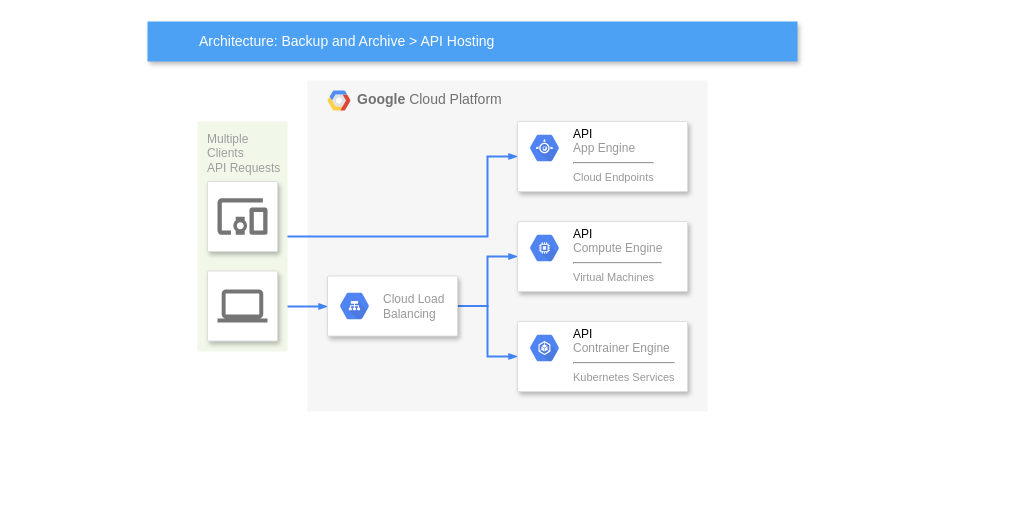
This is Diagramme sans nom.drawio from raouajaraib/Projet, a draw.io file, before an edit. Source tidied: cells renumbered, new cells numbered last; positions are measured from the earlier drawing's top-left corner, leaving out a move shared by most shapes. Both pictures are drawn from the tidied source at 100%, with x=0, y=0 at pixel (147, 21). Pictures stored in the file or linked from it are replaced by grey dashed boxes.
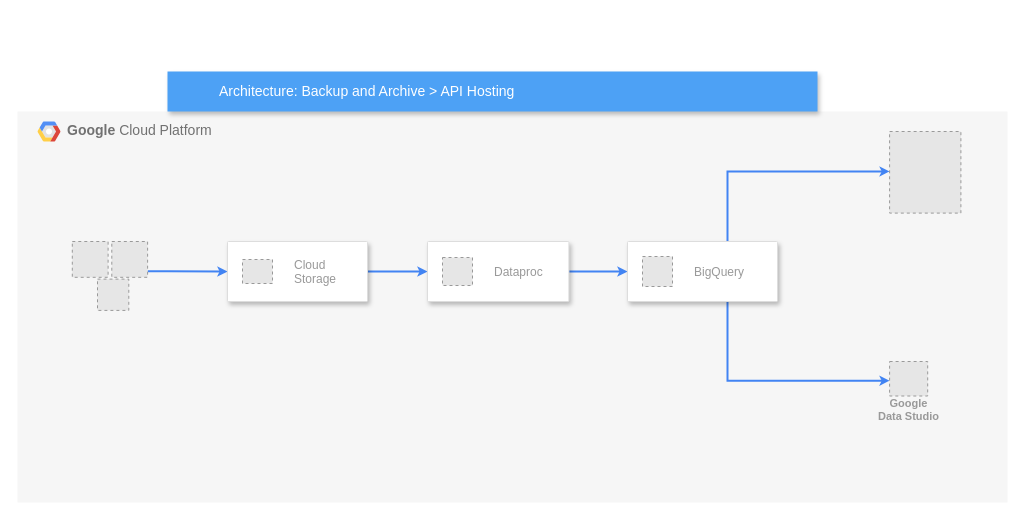
After the change.

Commit message:
Mettre à jour Diagramme sans nom.drawio

Diff of the diagram source:
```diff
@@
     <mxCell id="2" value="&lt;b&gt;Google &lt;/b&gt;Cloud Platform" style="fillColor=#F6F6F6;strokeColor=none;shadow=0;gradientColor=none;fontSize=14;align=left;spacing=10;fontColor=#717171;9E9E9E;verticalAlign=top;spacingTop=-4;fontStyle=0;spacingLeft=40;html=1;" parent="1" vertex="1">
-      <mxGeometry x="160" y="59" width="400" height="331" as="geometry" />
+      <mxGeometry x="-130" y="90" width="990" height="391" as="geometry" />
     </mxCell>
@@
-    <mxCell id="4" value="Multiple&lt;br&gt;Clients&lt;br&gt;API Requests&lt;br&gt;" style="rounded=1;absoluteArcSize=1;arcSize=2;html=1;strokeColor=none;gradientColor=none;shadow=0;dashed=0;fontSize=12;fontColor=#9E9E9E;align=left;verticalAlign=top;spacing=10;spacingTop=-4;fillColor=#F1F8E9;" parent="1" vertex="1">
-      <mxGeometry x="50" y="100" width="90" height="230" as="geometry" />
-    </mxCell>
+    <mxCell id="22" style="fillColor=#E6E6E6;strokeColor=#999999;dashed=1;html=1;verticalAlign=top;verticalLabelPosition=bottom;labelBackgroundColor=#ffffff;" parent="2" vertex="1">
+      <mxGeometry x="80" y="167.6" width="31.3" height="31.3" as="geometry" />
+    </mxCell>
+    <mxCell id="23" style="edgeStyle=orthogonalEdgeStyle;rounded=0;jettySize=auto;html=1;entryX=0;entryY=0.5;entryDx=0;entryDy=0;strokeColor=#4284F3;strokeWidth=2;endArrow=classic;endFill=1;startSize=4;endSize=4;" parent="2" edge="1" source="24" target="27">
+      <mxGeometry relative="1" as="geometry">
+        <Array as="points">
+          <mxPoint x="150" y="159.8" />
+          <mxPoint x="150" y="159.8" />
+        </Array>
+      </mxGeometry>
+    </mxCell>
+    <mxCell id="24" style="fillColor=#E6E6E6;strokeColor=#999999;dashed=1;html=1;verticalAlign=top;verticalLabelPosition=bottom;labelBackgroundColor=#ffffff;" parent="2" vertex="1">
+      <mxGeometry x="94.3" y="130" width="35.8" height="35.8" as="geometry" />
+    </mxCell>
+    <mxCell id="25" style="fillColor=#E6E6E6;strokeColor=#999999;dashed=1;html=1;verticalAlign=top;verticalLabelPosition=bottom;labelBackgroundColor=#ffffff;" parent="2" vertex="1">
+      <mxGeometry x="54.8" y="130" width="35.8" height="35.8" as="geometry" />
+    </mxCell>
+    <mxCell id="26" style="edgeStyle=orthogonalEdgeStyle;rounded=0;jettySize=auto;html=1;strokeColor=#4284F3;strokeWidth=2;endArrow=classic;endFill=1;startSize=4;endSize=4;" parent="2" edge="1" source="27" target="30">
+      <mxGeometry relative="1" as="geometry" />
+    </mxCell>
+    <mxCell id="27" style="strokeColor=#dddddd;shadow=1;strokeWidth=1;rounded=1;absoluteArcSize=1;arcSize=2;" parent="2" vertex="1">
+      <mxGeometry x="210" y="130" width="140" height="60" as="geometry" />
+    </mxCell>
+    <mxCell id="28" value="Cloud&#10;Storage" style="fillColor=#E6E6E6;strokeColor=#999999;dashed=1;fontColor=#999999;verticalLabelPosition=middle;labelBackgroundColor=#ffffff;verticalAlign=middle;labelPosition=right;align=left;spacingLeft=20;" parent="27" vertex="1">
+      <mxGeometry width="30" height="24" relative="1" as="geometry">
+        <mxPoint x="15" y="18" as="offset" />
+      </mxGeometry>
+    </mxCell>
+    <mxCell id="29" style="edgeStyle=orthogonalEdgeStyle;rounded=0;jettySize=auto;html=1;strokeColor=#4284F3;strokeWidth=2;endArrow=classic;endFill=1;startSize=4;endSize=4;" parent="2" edge="1" source="30" target="34">
+      <mxGeometry relative="1" as="geometry" />
+    </mxCell>
+    <mxCell id="30" style="strokeColor=#dddddd;shadow=1;strokeWidth=1;rounded=1;absoluteArcSize=1;arcSize=2;" parent="2" vertex="1">
+      <mxGeometry x="410" y="130" width="141.4" height="60" as="geometry" />
+    </mxCell>
+    <mxCell id="31" value="Dataproc" style="fillColor=#E6E6E6;strokeColor=#999999;dashed=1;fontColor=#999999;verticalLabelPosition=middle;labelBackgroundColor=#ffffff;verticalAlign=middle;labelPosition=right;align=left;spacingLeft=20;" parent="30" vertex="1">
+      <mxGeometry width="30" height="28" relative="1" as="geometry">
+        <mxPoint x="15" y="16" as="offset" />
+      </mxGeometry>
+    </mxCell>
+    <mxCell id="32" style="edgeStyle=orthogonalEdgeStyle;rounded=0;jettySize=auto;html=1;strokeColor=#4284F3;strokeWidth=2;startSize=4;endSize=4;" parent="2" edge="1" source="34" target="37">
+      <mxGeometry relative="1" as="geometry">
+        <Array as="points">
+          <mxPoint x="710" y="59.9" />
+        </Array>
+      </mxGeometry>
+    </mxCell>
+    <mxCell id="33" style="edgeStyle=orthogonalEdgeStyle;rounded=0;jettySize=auto;html=1;strokeColor=#4284F3;strokeWidth=2;startSize=4;endSize=4;" parent="2" edge="1" source="34" target="36">
+      <mxGeometry relative="1" as="geometry">
+        <Array as="points">
+          <mxPoint x="710" y="269.2" />
+        </Array>
+      </mxGeometry>
+    </mxCell>
+    <mxCell id="34" style="strokeColor=#dddddd;shadow=1;strokeWidth=1;rounded=1;absoluteArcSize=1;arcSize=2;" parent="2" vertex="1">
+      <mxGeometry x="610" y="130" width="150" height="60" as="geometry" />
+    </mxCell>
+    <mxCell id="35" value="BigQuery" style="fillColor=#E6E6E6;strokeColor=#999999;dashed=1;fontColor=#999999;verticalLabelPosition=middle;labelBackgroundColor=#ffffff;verticalAlign=middle;labelPosition=right;align=left;spacingLeft=20;" parent="34" vertex="1">
+      <mxGeometry width="30" height="30" relative="1" as="geometry">
+        <mxPoint x="15" y="15" as="offset" />
+      </mxGeometry>
+    </mxCell>
+    <mxCell id="36" value="Google&#10;Data Studio" style="fillColor=#E6E6E6;strokeColor=#999999;dashed=1;html=1;verticalAlign=top;labelPosition=center;verticalLabelPosition=bottom;align=center;spacingTop=-6;fontSize=11;fontStyle=1;fontColor=#999999;" parent="2" vertex="1">
+      <mxGeometry x="872.1" y="250" width="38.1" height="34.5" as="geometry" />
+    </mxCell>
+    <mxCell id="37" style="fillColor=#E6E6E6;strokeColor=#999999;dashed=1;verticalLabelPosition=bottom;labelBackgroundColor=default;verticalAlign=top;" parent="2" vertex="1">
+      <mxGeometry x="872.1" y="20" width="71.3" height="81.6" as="geometry" />
+    </mxCell>
     <mxCell id="5" value="Architecture: Backup and Archive &amp;gt; API Hosting" style="fillColor=#4DA1F5;strokeColor=none;shadow=1;gradientColor=none;fontSize=14;align=left;spacingLeft=50;fontColor=#ffffff;html=1;" parent="1" vertex="1">
-      <mxGeometry width="650" height="40" as="geometry" />
+      <mxGeometry x="20" y="50" width="650" height="40" as="geometry" />
     </mxCell>
-    <mxCell id="6" style="edgeStyle=orthogonalEdgeStyle;rounded=0;elbow=vertical;html=1;labelBackgroundColor=none;startFill=1;startSize=4;endArrow=blockThin;endFill=1;endSize=4;jettySize=auto;strokeColor=#4284F3;strokeWidth=2;fontSize=12;fontColor=#000000;align=left;dashed=0;" parent="1" edge="1" source="4" target="16">
-      <mxGeometry relative="1" as="geometry">
-        <Array as="points">
-          <mxPoint x="340" y="215" />
-          <mxPoint x="340" y="135" />
-        </Array>
-      </mxGeometry>
-    </mxCell>
-    <mxCell id="7" style="strokeColor=#dddddd;fillColor=#ffffff;shadow=1;strokeWidth=1;rounded=1;absoluteArcSize=1;arcSize=2;labelPosition=center;verticalLabelPosition=middle;align=center;verticalAlign=bottom;spacingLeft=0;fontColor=#999999;fontSize=12;whiteSpace=wrap;spacingBottom=2;html=1;" parent="1" vertex="1">
-      <mxGeometry x="60" y="160" width="70" height="70" as="geometry" />
-    </mxCell>
-    <mxCell id="8" style="dashed=0;html=1;fillColor=#757575;strokeColor=none;shape=mxgraph.gcp2.mobile_devices;" parent="7" vertex="1">
-      <mxGeometry x="0.5" width="50" height="36.5" relative="1" as="geometry">
-        <mxPoint x="-25" y="16.8" as="offset" />
-      </mxGeometry>
-    </mxCell>
-    <mxCell id="9" style="edgeStyle=elbowEdgeStyle;rounded=0;elbow=vertical;html=1;labelBackgroundColor=none;startFill=1;startSize=4;endArrow=blockThin;endFill=1;endSize=4;jettySize=auto;strokeColor=#4284F3;strokeWidth=2;fontSize=12;fontColor=#000000;align=left;dashed=0;" parent="1" edge="1" source="4" target="14">
-      <mxGeometry relative="1" as="geometry" />
-    </mxCell>
-    <mxCell id="10" style="strokeColor=#dddddd;fillColor=#ffffff;shadow=1;strokeWidth=1;rounded=1;absoluteArcSize=1;arcSize=2;labelPosition=center;verticalLabelPosition=middle;align=center;verticalAlign=bottom;spacingLeft=0;fontColor=#999999;fontSize=12;whiteSpace=wrap;spacingBottom=2;html=1;" parent="1" vertex="1">
-      <mxGeometry x="60" y="249.5" width="70" height="70" as="geometry" />
-    </mxCell>
-    <mxCell id="11" style="dashed=0;html=1;fillColor=#757575;strokeColor=none;shape=mxgraph.gcp2.laptop;" parent="10" vertex="1">
-      <mxGeometry x="0.5" width="50" height="33" relative="1" as="geometry">
-        <mxPoint x="-25" y="18.5" as="offset" />
-      </mxGeometry>
-    </mxCell>
-    <mxCell id="12" style="edgeStyle=orthogonalEdgeStyle;rounded=0;elbow=vertical;html=1;labelBackgroundColor=none;startFill=1;startSize=4;endArrow=blockThin;endFill=1;endSize=4;jettySize=auto;strokeColor=#4284F3;strokeWidth=2;fontSize=12;fontColor=#000000;align=left;dashed=0;" parent="1" edge="1" source="14" target="18">
-      <mxGeometry relative="1" as="geometry" />
-    </mxCell>
-    <mxCell id="13" style="edgeStyle=orthogonalEdgeStyle;rounded=0;elbow=vertical;html=1;labelBackgroundColor=none;startFill=1;startSize=4;endArrow=blockThin;endFill=1;endSize=4;jettySize=auto;strokeColor=#4284F3;strokeWidth=2;fontSize=12;fontColor=#000000;align=left;dashed=0;" parent="1" edge="1" source="14" target="20">
-      <mxGeometry relative="1" as="geometry" />
-    </mxCell>
-    <mxCell id="14" style="strokeColor=#dddddd;fillColor=#ffffff;shadow=1;strokeWidth=1;rounded=1;absoluteArcSize=1;arcSize=2;fontSize=11;fontColor=#9E9E9E;align=center;html=1;" parent="1" vertex="1">
-      <mxGeometry x="180" y="254.5" width="130" height="60" as="geometry" />
-    </mxCell>
-    <mxCell id="15" value="Cloud Load&#10;Balancing" style="dashed=0;html=1;fillColor=#5184F3;strokeColor=none;shape=mxgraph.gcp2.hexIcon;prIcon=cloud_load_balancing;labelPosition=right;verticalLabelPosition=middle;align=left;verticalAlign=middle;spacingLeft=5;fontColor=#999999;fontSize=12;" parent="14" vertex="1">
-      <mxGeometry y="0.5" width="44" height="39" relative="1" as="geometry">
-        <mxPoint x="5" y="-19.5" as="offset" />
-      </mxGeometry>
-    </mxCell>
-    <mxCell id="16" style="strokeColor=#dddddd;fillColor=#ffffff;shadow=1;strokeWidth=1;rounded=1;absoluteArcSize=1;arcSize=2;fontSize=11;fontColor=#9E9E9E;align=center;html=1;" parent="1" vertex="1">
-      <mxGeometry x="370" y="100" width="170" height="70" as="geometry" />
-    </mxCell>
-    <mxCell id="17" value="&lt;font color=&quot;#000000&quot;&gt;API&lt;/font&gt;&lt;br&gt;App Engine&lt;hr&gt;&lt;font style=&quot;font-size: 11px&quot;&gt;Cloud Endpoints&lt;/font&gt;" style="dashed=0;html=1;fillColor=#5184F3;strokeColor=none;shape=mxgraph.gcp2.hexIcon;prIcon=app_engine;labelPosition=right;verticalLabelPosition=middle;align=left;verticalAlign=top;spacingLeft=5;fontColor=#999999;fontSize=12;spacingTop=-8;" parent="16" vertex="1">
-      <mxGeometry width="44" height="39" relative="1" as="geometry">
-        <mxPoint x="5" y="7" as="offset" />
-      </mxGeometry>
-    </mxCell>
-    <mxCell id="18" style="strokeColor=#dddddd;fillColor=#ffffff;shadow=1;strokeWidth=1;rounded=1;absoluteArcSize=1;arcSize=2;fontSize=11;fontColor=#9E9E9E;align=center;html=1;" parent="1" vertex="1">
-      <mxGeometry x="370" y="200" width="170" height="70" as="geometry" />
-    </mxCell>
-    <mxCell id="19" value="&lt;font color=&quot;#000000&quot;&gt;API&lt;/font&gt;&lt;br&gt;Compute Engine&lt;hr&gt;&lt;font style=&quot;font-size: 11px&quot;&gt;Virtual Machines&lt;/font&gt;" style="dashed=0;html=1;fillColor=#5184F3;strokeColor=none;shape=mxgraph.gcp2.hexIcon;prIcon=compute_engine;labelPosition=right;verticalLabelPosition=middle;align=left;verticalAlign=top;spacingLeft=5;fontColor=#999999;fontSize=12;spacingTop=-8;" parent="18" vertex="1">
-      <mxGeometry width="44" height="39" relative="1" as="geometry">
-        <mxPoint x="5" y="7" as="offset" />
-      </mxGeometry>
-    </mxCell>
-    <mxCell id="20" style="strokeColor=#dddddd;fillColor=#ffffff;shadow=1;strokeWidth=1;rounded=1;absoluteArcSize=1;arcSize=2;fontSize=11;fontColor=#9E9E9E;align=center;html=1;" parent="1" vertex="1">
-      <mxGeometry x="370" y="300" width="170" height="70" as="geometry" />
-    </mxCell>
-    <mxCell id="21" value="&lt;font color=&quot;#000000&quot;&gt;API&lt;/font&gt;&lt;br&gt;Contrainer Engine&lt;hr&gt;&lt;font style=&quot;font-size: 11px&quot;&gt;Kubernetes Services&lt;/font&gt;" style="dashed=0;html=1;fillColor=#5184F3;strokeColor=none;shape=mxgraph.gcp2.hexIcon;prIcon=container_engine;labelPosition=right;verticalLabelPosition=middle;align=left;verticalAlign=top;spacingLeft=5;fontColor=#999999;fontSize=12;spacingTop=-8;" parent="20" vertex="1">
-      <mxGeometry width="44" height="39" relative="1" as="geometry">
-        <mxPoint x="5" y="7" as="offset" />
-      </mxGeometry>
-    </mxCell>
+    <mxCell id="38" style="edgeStyle=elbowEdgeStyle;rounded=0;elbow=vertical;html=1;labelBackgroundColor=none;startFill=1;startSize=4;endArrow=blockThin;endFill=1;endSize=4;jettySize=auto;orthogonalLoop=1;strokeColor=none;strokeWidth=2;fontSize=12;fontColor=#000000;align=left;dashed=0;" parent="1" edge="1">
+      <mxGeometry relative="1" as="geometry">
+        <mxPoint x="140" y="285" as="sourcePoint" />
+        <mxPoint x="180" y="285" as="targetPoint" />
+      </mxGeometry>
+    </mxCell>
```
